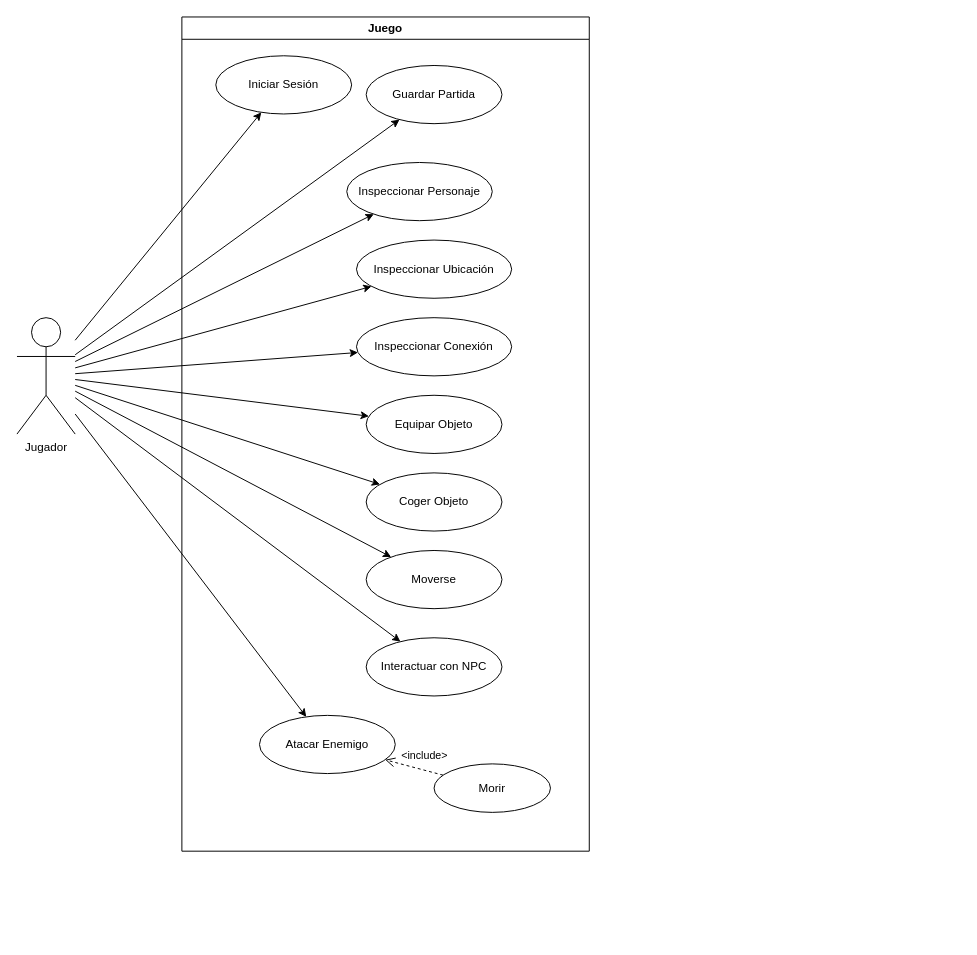
Above: document/tex_files/mainmatter/chapter_4/images/diagrama_analisis_juego/casos_uso_juego.drawio in ThAlsay/Hephaestus (draw.io), before the change. Source tidied: cells renumbered, new cells numbered last; positions are measured from the earlier drawing's top-left corner, leaving out a move shared by most shapes. Both pictures are drawn from the tidied source at 97%, with x=0, y=0 at pixel (16, 16).
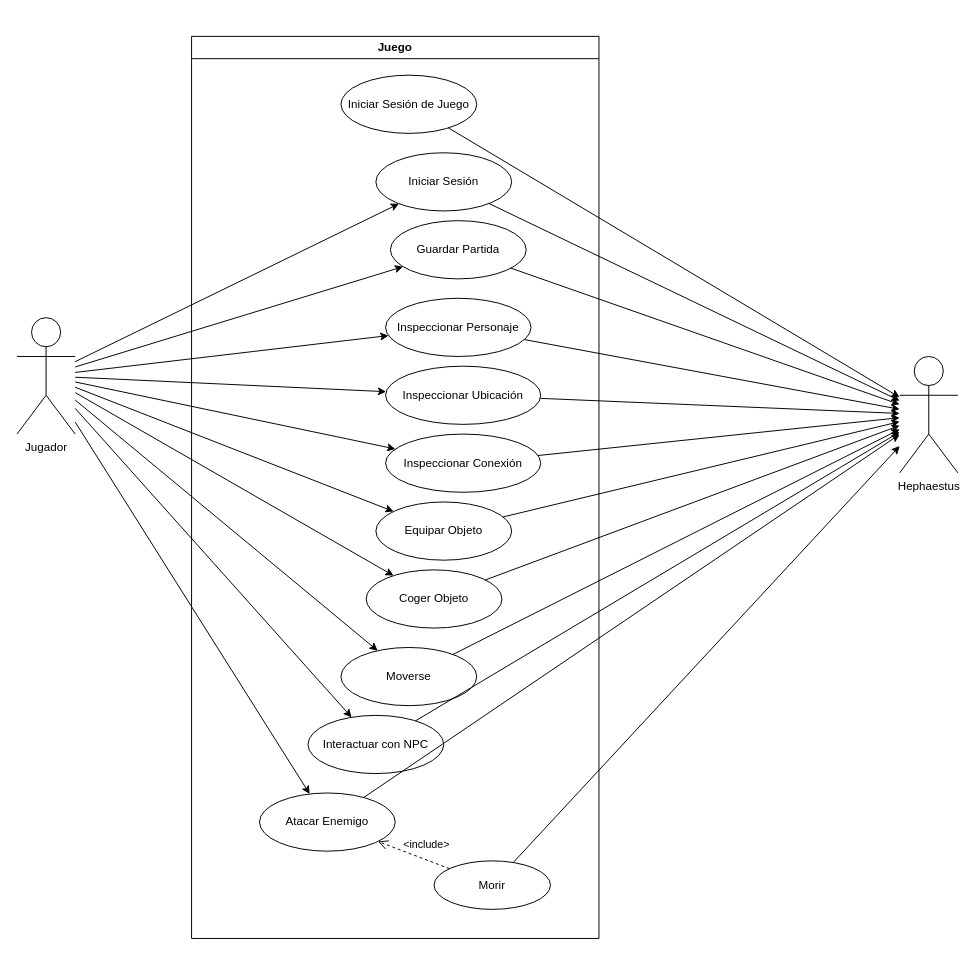
After the change.

Diff of the diagram source:
```diff
@@
     <mxCell id="2" value="Juego" style="swimlane;whiteSpace=wrap;html=1;startSize=23;" parent="1" vertex="1">
-      <mxGeometry x="170" width="420" height="860" as="geometry" />
+      <mxGeometry x="180" y="20" width="420" height="930" as="geometry" />
     </mxCell>
     <mxCell id="3" value="Iniciar Sesión" style="ellipse;whiteSpace=wrap;html=1;" parent="2" vertex="1">
-      <mxGeometry x="35" y="40" width="140" height="60" as="geometry" />
+      <mxGeometry x="190" y="120" width="140" height="60" as="geometry" />
     </mxCell>
     <mxCell id="4" value="Guardar Partida" style="ellipse;whiteSpace=wrap;html=1;" parent="2" vertex="1">
-      <mxGeometry x="190" y="50" width="140" height="60" as="geometry" />
+      <mxGeometry x="205" y="190" width="140" height="60" as="geometry" />
     </mxCell>
     <mxCell id="5" value="Inspeccionar Personaje" style="ellipse;whiteSpace=wrap;html=1;" parent="2" vertex="1">
-      <mxGeometry x="170" y="150" width="150" height="60" as="geometry" />
+      <mxGeometry x="200" y="270" width="150" height="60" as="geometry" />
     </mxCell>
     <mxCell id="6" value="Inspeccionar Ubicación" style="ellipse;whiteSpace=wrap;html=1;" parent="2" vertex="1">
-      <mxGeometry x="180" y="230" width="160" height="60" as="geometry" />
+      <mxGeometry x="200" y="340" width="160" height="60" as="geometry" />
     </mxCell>
     <mxCell id="7" value="Inspeccionar Conexión" style="ellipse;whiteSpace=wrap;html=1;" parent="2" vertex="1">
-      <mxGeometry x="180" y="310" width="160" height="60" as="geometry" />
+      <mxGeometry x="200" y="410" width="160" height="60" as="geometry" />
     </mxCell>
     <mxCell id="8" value="Equipar Objeto" style="ellipse;whiteSpace=wrap;html=1;" parent="2" vertex="1">
-      <mxGeometry x="190" y="390" width="140" height="60" as="geometry" />
+      <mxGeometry x="190" y="480" width="140" height="60" as="geometry" />
     </mxCell>
     <mxCell id="9" value="Coger Objeto" style="ellipse;whiteSpace=wrap;html=1;" parent="2" vertex="1">
-      <mxGeometry x="190" y="470" width="140" height="60" as="geometry" />
+      <mxGeometry x="180" y="550" width="140" height="60" as="geometry" />
     </mxCell>
     <mxCell id="10" value="Moverse" style="ellipse;whiteSpace=wrap;html=1;" parent="2" vertex="1">
-      <mxGeometry x="190" y="550" width="140" height="60" as="geometry" />
+      <mxGeometry x="154" y="630" width="140" height="60" as="geometry" />
     </mxCell>
     <mxCell id="11" value="Interactuar con NPC" style="ellipse;whiteSpace=wrap;html=1;" parent="2" vertex="1">
-      <mxGeometry x="190" y="640" width="140" height="60" as="geometry" />
+      <mxGeometry x="120" y="700" width="140" height="60" as="geometry" />
     </mxCell>
     <mxCell id="12" value="Atacar Enemigo" style="ellipse;whiteSpace=wrap;html=1;" parent="2" vertex="1">
-      <mxGeometry x="80" y="720" width="140" height="60" as="geometry" />
+      <mxGeometry x="70" y="780" width="140" height="60" as="geometry" />
     </mxCell>
     <mxCell id="13" value="Morir" style="ellipse;whiteSpace=wrap;html=1;" parent="2" vertex="1">
-      <mxGeometry x="260" y="770" width="120" height="50" as="geometry" />
+      <mxGeometry x="250" y="850" width="120" height="50" as="geometry" />
     </mxCell>
@@
+    <mxCell id="26" value="Iniciar Sesión de Juego" style="ellipse;whiteSpace=wrap;html=1;" parent="2" vertex="1">
+      <mxGeometry x="154" y="40" width="140" height="60" as="geometry" />
+    </mxCell>
@@
+    <mxCell id="27" value="Hephaestus" style="shape=umlActor;verticalLabelPosition=bottom;verticalAlign=top;html=1;outlineConnect=0;" parent="1" vertex="1">
+      <mxGeometry x="910" y="350" width="60" height="120" as="geometry" />
+    </mxCell>
+    <mxCell id="28" style="rounded=0;jettySize=auto;html=1;" parent="1" edge="1" source="26" target="27">
+      <mxGeometry relative="1" as="geometry" />
+    </mxCell>
+    <mxCell id="29" style="rounded=0;jettySize=auto;html=1;" parent="1" edge="1" source="3" target="27">
+      <mxGeometry relative="1" as="geometry" />
+    </mxCell>
+    <mxCell id="30" style="rounded=0;jettySize=auto;html=1;" parent="1" edge="1" source="4" target="27">
+      <mxGeometry relative="1" as="geometry" />
+    </mxCell>
+    <mxCell id="31" style="rounded=0;jettySize=auto;html=1;" parent="1" edge="1" source="5" target="27">
+      <mxGeometry relative="1" as="geometry" />
+    </mxCell>
+    <mxCell id="32" style="rounded=0;jettySize=auto;html=1;" parent="1" edge="1" source="6" target="27">
+      <mxGeometry relative="1" as="geometry" />
+    </mxCell>
+    <mxCell id="33" style="rounded=0;jettySize=auto;html=1;" parent="1" edge="1" source="7" target="27">
+      <mxGeometry relative="1" as="geometry" />
+    </mxCell>
+    <mxCell id="34" style="rounded=0;jettySize=auto;html=1;" parent="1" edge="1" source="8" target="27">
+      <mxGeometry relative="1" as="geometry" />
+    </mxCell>
+    <mxCell id="35" style="rounded=0;jettySize=auto;html=1;" parent="1" edge="1" source="9" target="27">
+      <mxGeometry relative="1" as="geometry" />
+    </mxCell>
+    <mxCell id="36" style="rounded=0;jettySize=auto;html=1;" parent="1" edge="1" source="10" target="27">
+      <mxGeometry relative="1" as="geometry" />
+    </mxCell>
+    <mxCell id="37" style="rounded=0;jettySize=auto;html=1;" parent="1" edge="1" source="11" target="27">
+      <mxGeometry relative="1" as="geometry" />
+    </mxCell>
+    <mxCell id="38" style="rounded=0;jettySize=auto;html=1;" parent="1" edge="1" source="12" target="27">
+      <mxGeometry relative="1" as="geometry" />
+    </mxCell>
+    <mxCell id="39" style="rounded=0;jettySize=auto;html=1;" parent="1" edge="1" source="13" target="27">
+      <mxGeometry relative="1" as="geometry" />
+    </mxCell>
```
